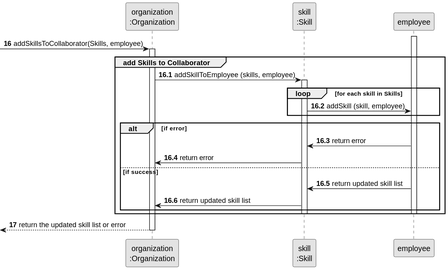
This is docs/sprintB/us004/03.design/svg/us004-sequence-diagram-full.svg from RicardoMorim/lapr2-ISEP-Project, a PlantUML export, as it was before one commit.
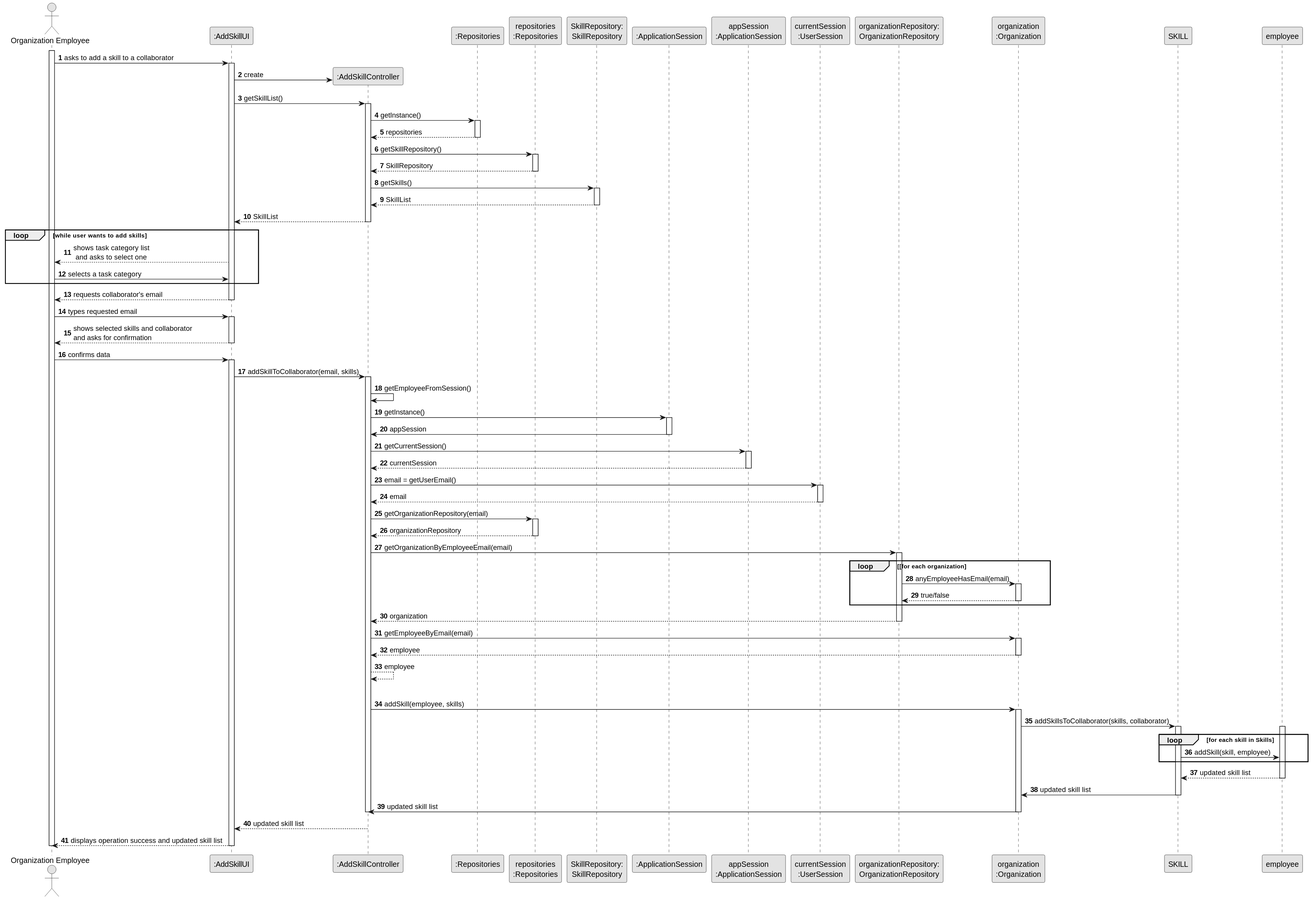
The same file after the commit.

The edit, as a diff of the source:
```diff
@@ -3,39 +3,159 @@
 skinparam packageStyle rectangle
 skinparam shadowing false
 
+autonumber
+
+actor "Organization Employee" as ADM
+participant ":AddSkillUI" as UI
+participant ":AddSkillController" as CTRL
+participant ":Repositories" as RepositorySingleton
+participant "repositories\n:Repositories" as PLAT
+participant "SkillRepository:\nSkillRepository" as SkillRepository
+participant ":ApplicationSession" as _APP
+participant "appSession\n:ApplicationSession" as APP
+participant "currentSession\n:UserSession" as SESSAO
+participant "organizationRepository:\nOrganizationRepository" as OrganizationRepository
 participant "organization\n:Organization" as ORG
-participant "skill\n:Skill" as SKILL
-
-autonumber 16
--> ORG: addSkillsToCollaborator(Skills, employee)
-
-autonumber 16.1
-activate ORG
-    group add Skills to Collaborator
-
-        ORG -> SKILL: addSkillToEmployee (skills, employee)
 
 
-        activate SKILL
-        loop for each skill in Skills
-            SKILL -> employee: addSkill (skill, employee)
-        end
+activate ADM
 
-        activate employee
-        alt if error
-            employee -> SKILL: return error
-            SKILL -> ORG: return error
-        else if success
-            employee -> SKILL: return updated skill list
-            SKILL -> ORG: return updated skill list
+        ADM -> UI : asks to add a skill to a collaborator
 
-        end
+        activate UI
+
+            UI -> CTRL** : create
+
+            UI -> CTRL : getSkillList()
+            activate CTRL
+
+            CTRL -> RepositorySingleton : getInstance()
+            activate RepositorySingleton
+
+                RepositorySingleton --> CTRL: repositories
+                deactivate RepositorySingleton
+
+                CTRL -> PLAT : getSkillRepository()
+                activate PLAT
+
+                    PLAT --> CTRL: SkillRepository
+                deactivate PLAT
+
+                CTRL -> SkillRepository : getSkills()
+                activate SkillRepository
+
+                    SkillRepository --> CTRL : SkillList
+                deactivate SkillRepository
+                CTRL --> UI : SkillList
+            deactivate CTRL
+
+        loop while user wants to add skills
+            UI --> ADM : shows task category list\n and asks to select one
+            ADM -> UI : selects a task category
+        end loop
+
+
+
+
+    activate UI
+
+        UI --> ADM : requests collaborator's email
+    deactivate UI
+
+    ADM -> UI : types requested email
+    activate UI
+
+        UI --> ADM : shows selected skills and collaborator\nand asks for confirmation
+    deactivate UI
+
+    ADM -> UI : confirms data
+    activate UI
+
+        UI -> CTRL : addSkillToCollaborator(email, skills)
+        activate CTRL
+
+            CTRL -> CTRL : getEmployeeFromSession()
+
+                CTRL -> _APP: getInstance()
+                activate _APP
+                    _APP -> CTRL: appSession
+                deactivate _APP
+
+
+                CTRL -> APP: getCurrentSession()
+                activate APP
+
+                    APP --> CTRL: currentSession
+                deactivate APP
+
+                CTRL -> SESSAO: email = getUserEmail()
+                activate SESSAO
+
+                    SESSAO --> CTRL: email
+                deactivate SESSAO
+
+
+                CTRL -> PLAT: getOrganizationRepository(email)
+                activate PLAT
+
+                    PLAT --> CTRL: organizationRepository
+                deactivate PLAT
+
+
+                CTRL -> OrganizationRepository: getOrganizationByEmployeeEmail(email)
+                activate OrganizationRepository
+
+                    loop [for each organization
+                        OrganizationRepository -> ORG : anyEmployeeHasEmail(email)
+                        activate ORG
+
+                             ORG --> OrganizationRepository : true/false
+                        deactivate ORG
+                    end
+                    OrganizationRepository --> CTRL : organization
+                deactivate OrganizationRepository
+
+                CTRL -> ORG: getEmployeeByEmail(email)
+                activate ORG
+
+                    ORG --> CTRL : employee
+                deactivate ORG
+
+                CTRL --> CTRL : employee
+
+            |||
+            CTRL -> ORG: addSkill(employee, skills)
+            activate ORG
+
+                ORG -> SKILL: addSkillsToCollaborator(skills, collaborator)
+
+                activate SKILL
+                    activate employee
+                    loop for each skill in Skills
+                        SKILL -> employee: addSkill(skill, employee)
+                    end
+
+                    employee --> SKILL: updated skill list
+                    deactivate employee
+
+                SKILL -> ORG: updated skill list
+                deactivate SKILL
+
+                ORG -> CTRL: updated skill list
+
+            deactivate CTRL
+
+
 
         deactivate employee
         deactivate SKILL
-    end
 
-    autonumber 17
-    <-- ORG : return the updated skill list or error
-deactivate ORG
+            deactivate ORG
+
+            CTRL --> UI: updated skill list
+            deactivate CTRL
+            UI --> ADM: displays operation success and updated skill list
+    deactivate UI
+
+deactivate ADM
 @enduml
```
